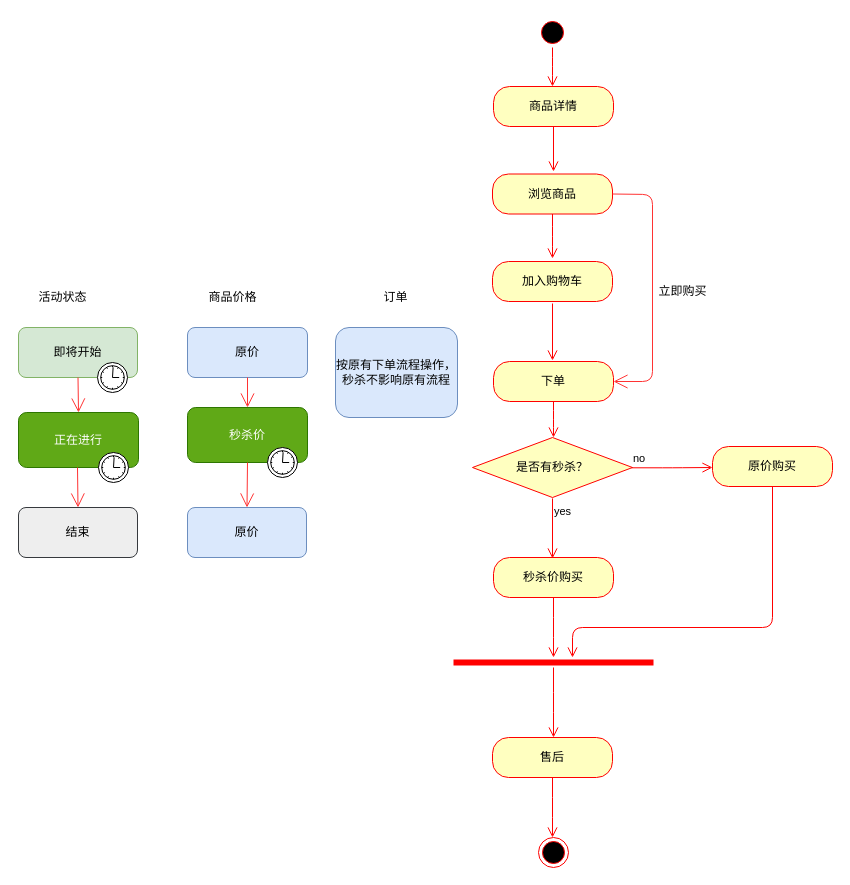
This is seckill.drawio from evahsiao/workflow, a draw.io file, before an edit. Source tidied: cells renumbered, new cells numbered last; positions are measured from the earlier drawing's top-left corner, leaving out a move shared by most shapes. Both pictures are drawn from the tidied source at 100%, with x=0, y=0 at pixel (17, 17).
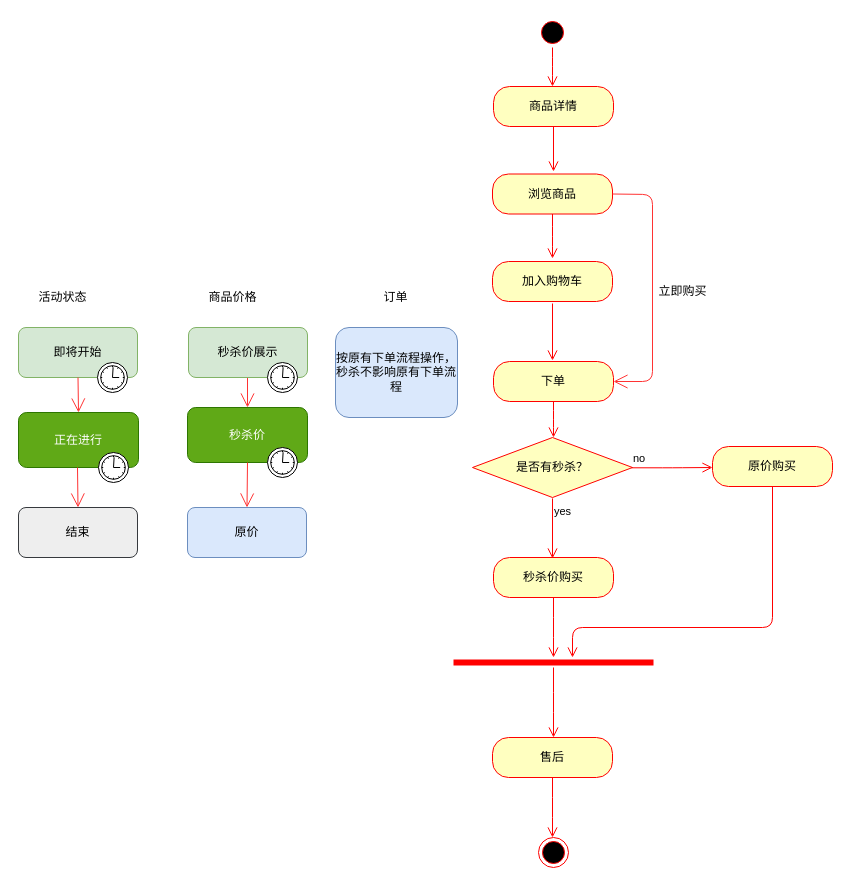
Above is the later version.

Unchanged cells that the change refers to:
```xml
<mxCell id="35" value="秒杀价" style="html=1;whiteSpace=wrap;rounded=1;fillColor=#60a917;strokeColor=#2D7600;fontColor=#ffffff;" parent="1" vertex="1">
  <mxGeometry x="170" y="390" width="120" height="55" as="geometry" />
</mxCell>
```

The edit, as a diff of the source:
```diff
@@
-    <mxCell id="33" value="原价" style="shape=ext;rounded=1;html=1;whiteSpace=wrap;fillColor=#dae8fc;strokeColor=#6c8ebf;" parent="1" vertex="1">
-      <mxGeometry x="170" y="310" width="120" height="50" as="geometry" />
-    </mxCell>
-    <mxCell id="34" style="endArrow=open;endFill=1;endSize=12;html=1;strokeColor=#FF3333;entryX=0.5;entryY=0;entryDx=0;entryDy=0;exitX=0.5;exitY=1;exitDx=0;exitDy=0;" parent="1" edge="1" source="33" target="35">
-      <mxGeometry relative="1" as="geometry" />
+    <mxCell id="34" style="endArrow=open;endFill=1;endSize=12;html=1;strokeColor=#FF3333;entryX=0.5;entryY=0;entryDx=0;entryDy=0;exitX=0.5;exitY=1;exitDx=0;exitDy=0;" parent="1" edge="1" target="35">
+      <mxGeometry relative="1" as="geometry">
+        <mxPoint x="230" y="360" as="sourcePoint" />
+      </mxGeometry>
     </mxCell>
@@
-    <mxCell id="40" value="按原有下单流程操作，秒杀不影响原有流程" style="shape=ext;rounded=1;html=1;whiteSpace=wrap;fillColor=#dae8fc;strokeColor=#6c8ebf;" parent="1" vertex="1">
+    <mxCell id="40" value="按原有下单流程操作，秒杀不影响原有下单流程" style="shape=ext;rounded=1;html=1;whiteSpace=wrap;fillColor=#dae8fc;strokeColor=#6c8ebf;" parent="1" vertex="1">
       <mxGeometry x="318" y="310" width="122" height="90" as="geometry" />
     </mxCell>
@@
+    <mxCell id="43" value="秒杀价展示" style="html=1;whiteSpace=wrap;rounded=1;fillColor=#d5e8d4;strokeColor=#82b366;" parent="1" vertex="1">
+      <mxGeometry x="171" y="310" width="119" height="50" as="geometry" />
+    </mxCell>
+    <mxCell id="44" style="shape=mxgraph.bpmn.timer_start;perimeter=ellipsePerimeter;html=1;verticalLabelPosition=bottom;labelBackgroundColor=#ffffff;verticalAlign=top;" parent="43" vertex="1">
+      <mxGeometry x="1" y="1" width="30" height="30" relative="1" as="geometry">
+        <mxPoint x="-40" y="-15" as="offset" />
+      </mxGeometry>
+    </mxCell>
```
